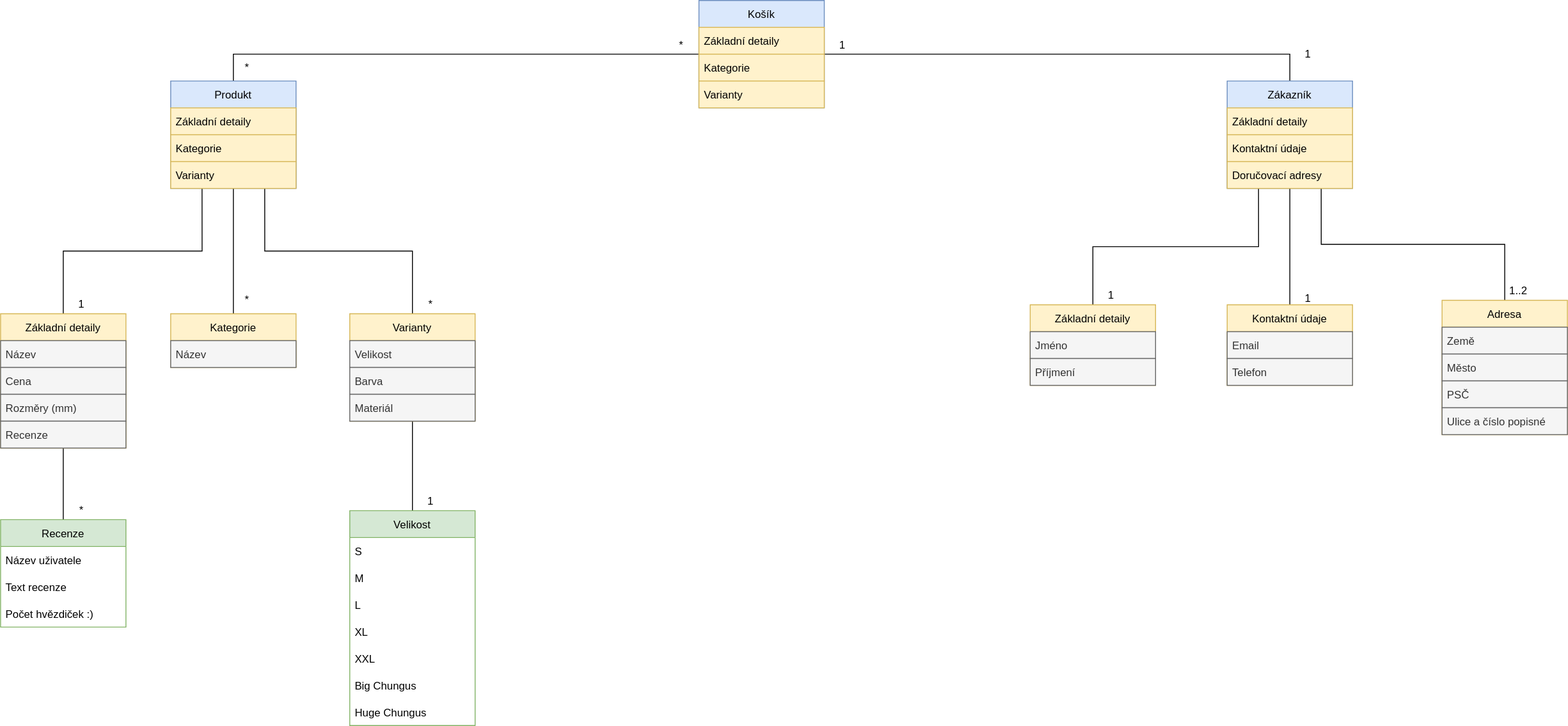
Above: Eshop.drawio.svg in TomasKelbasa/diagrams.net (draw.io), before the change. Source tidied: cells renumbered, new cells last; positions are measured from the earlier drawing's top-left corner, leaving out a move shared by most shapes.
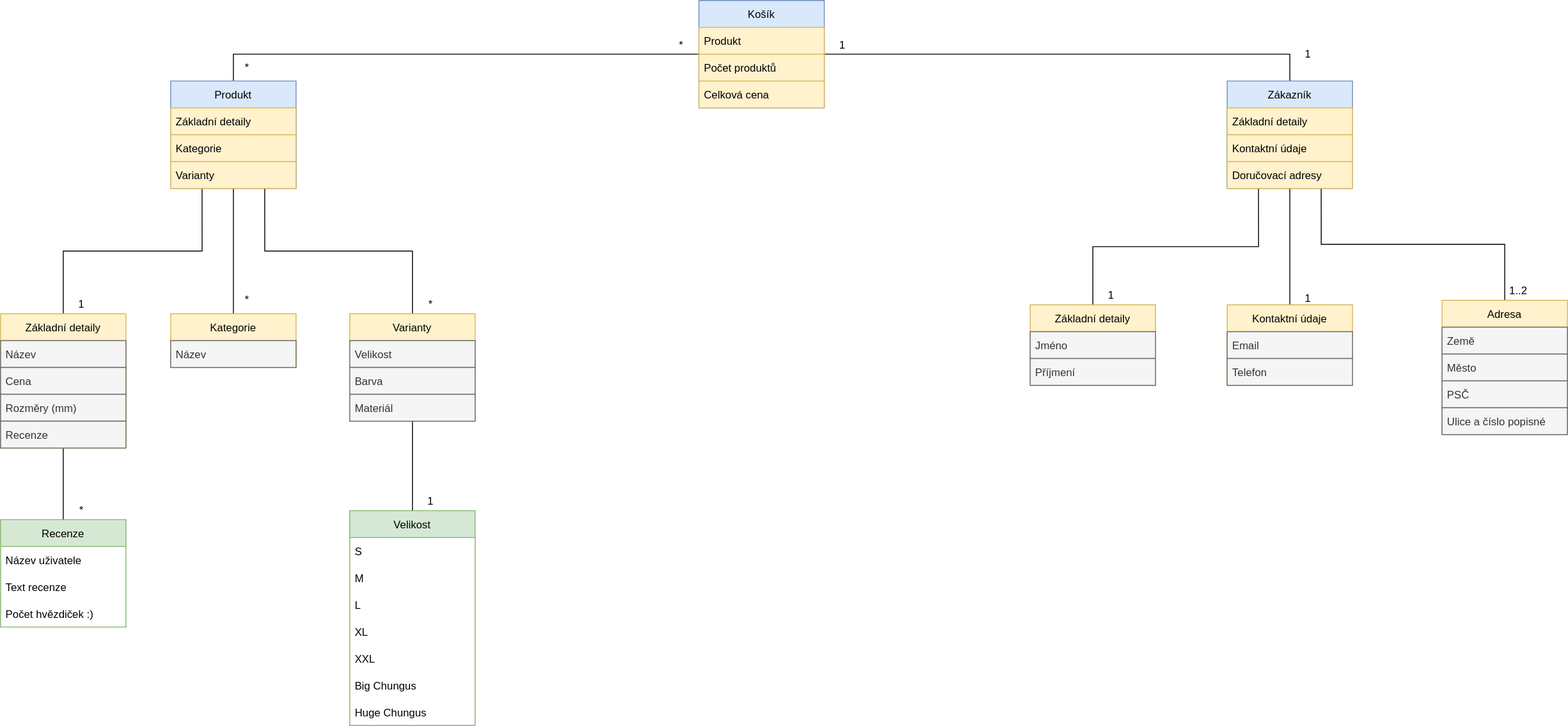
After the change.

Change to the diagram source:
```diff
@@ -185,13 +185,13 @@
     <mxCell id="62" value="Košík" style="swimlane;fontStyle=0;horizontal=1;startSize=30;fillColor=#dae8fc;strokeColor=#6c8ebf;" parent="1" vertex="1">
       <mxGeometry x="780" width="140" height="120" as="geometry" />
     </mxCell>
-    <mxCell id="63" value="Základní detaily" style="text;strokeColor=#d6b656;fillColor=#fff2cc;align=left;verticalAlign=middle;spacingLeft=4;spacingRight=4;overflow=hidden;" parent="62" vertex="1">
+    <mxCell id="63" value="Produkt" style="text;strokeColor=#d6b656;fillColor=#fff2cc;align=left;verticalAlign=middle;spacingLeft=4;spacingRight=4;overflow=hidden;" parent="62" vertex="1">
       <mxGeometry y="30" width="140" height="30" as="geometry" />
     </mxCell>
-    <mxCell id="64" value="Kategorie" style="text;strokeColor=#d6b656;fillColor=#fff2cc;align=left;verticalAlign=middle;spacingLeft=4;spacingRight=4;overflow=hidden;" parent="62" vertex="1">
+    <mxCell id="64" value="Počet produktů" style="text;strokeColor=#d6b656;fillColor=#fff2cc;align=left;verticalAlign=middle;spacingLeft=4;spacingRight=4;overflow=hidden;" parent="62" vertex="1">
       <mxGeometry y="60" width="140" height="30" as="geometry" />
     </mxCell>
-    <mxCell id="65" value="Varianty" style="text;strokeColor=#d6b656;fillColor=#fff2cc;align=left;verticalAlign=middle;spacingLeft=4;spacingRight=4;overflow=hidden;" parent="62" vertex="1">
+    <mxCell id="65" value="Celková cena" style="text;strokeColor=#d6b656;fillColor=#fff2cc;align=left;verticalAlign=middle;spacingLeft=4;spacingRight=4;overflow=hidden;" parent="62" vertex="1">
       <mxGeometry y="90" width="140" height="30" as="geometry" />
     </mxCell>
     <mxCell id="66" value="1" style="text;html=1;align=center;verticalAlign=middle;strokeColor=none;fillColor=none;" parent="1" vertex="1">
```
